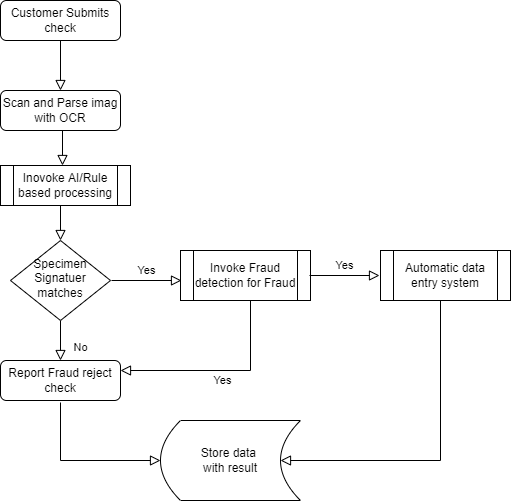
Before: Process flow.png, a diagram exported from draw.io (siva-tcs/TG-Auto-check). Source tidied: cells renumbered, new cells last; positions are measured from the earlier drawing's top-left corner, leaving out a move shared by most shapes.
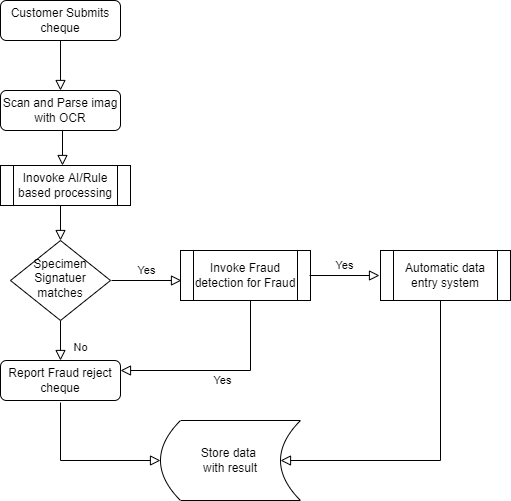
The same diagram one commit later.

Change to the diagram source:
```diff
@@ -7,7 +7,7 @@
         <mxPoint x="60" y="90" as="targetPoint" />
       </mxGeometry>
     </mxCell>
-    <mxCell id="3" value="Customer Submits check" style="rounded=1;whiteSpace=wrap;html=1;fontSize=12;glass=0;strokeWidth=1;shadow=0;" parent="1" vertex="1">
+    <mxCell id="3" value="Customer Submits cheque" style="rounded=1;whiteSpace=wrap;html=1;fontSize=12;glass=0;strokeWidth=1;shadow=0;" parent="1" vertex="1">
       <mxGeometry width="120" height="40" as="geometry" />
     </mxCell>
     <mxCell id="4" value="Scan and Parse imag with OCR" style="rounded=1;whiteSpace=wrap;html=1;fontSize=12;glass=0;strokeWidth=1;shadow=0;" parent="1" vertex="1">
@@ -28,7 +28,7 @@
     <mxCell id="7" value="Specimen Signatuer matches" style="rhombus;whiteSpace=wrap;html=1;shadow=0;fontFamily=Helvetica;fontSize=12;align=center;strokeWidth=1;spacing=6;spacingTop=-4;" parent="1" vertex="1">
       <mxGeometry x="10" y="240" width="100" height="80" as="geometry" />
     </mxCell>
-    <mxCell id="8" value="Report Fraud reject check" style="rounded=1;whiteSpace=wrap;html=1;fontSize=12;glass=0;strokeWidth=1;shadow=0;" parent="1" vertex="1">
+    <mxCell id="8" value="Report Fraud reject cheque" style="rounded=1;whiteSpace=wrap;html=1;fontSize=12;glass=0;strokeWidth=1;shadow=0;" parent="1" vertex="1">
       <mxGeometry y="360" width="120" height="40" as="geometry" />
     </mxCell>
     <mxCell id="9" value="Inovoke AI/Rule based processing" style="shape=process;whiteSpace=wrap;html=1;backgroundOutline=1;" parent="1" vertex="1">
```
